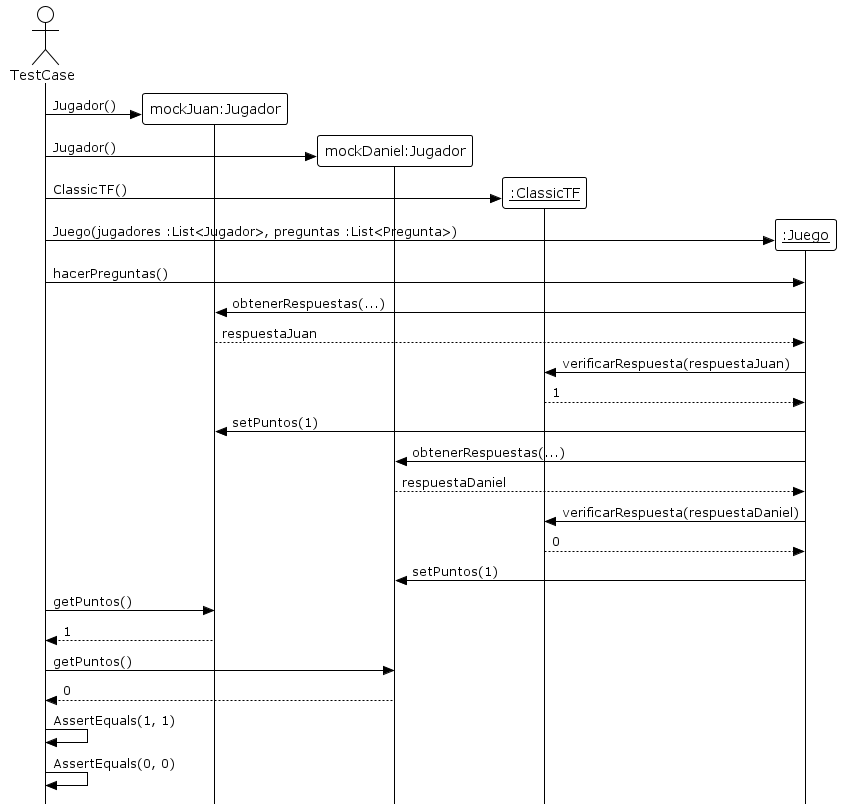
Earlier version of the PlantUML export diagrams/sequences/secuencia_test01.png (lautiland/TP2-ALGO3-ALGOHOOT).
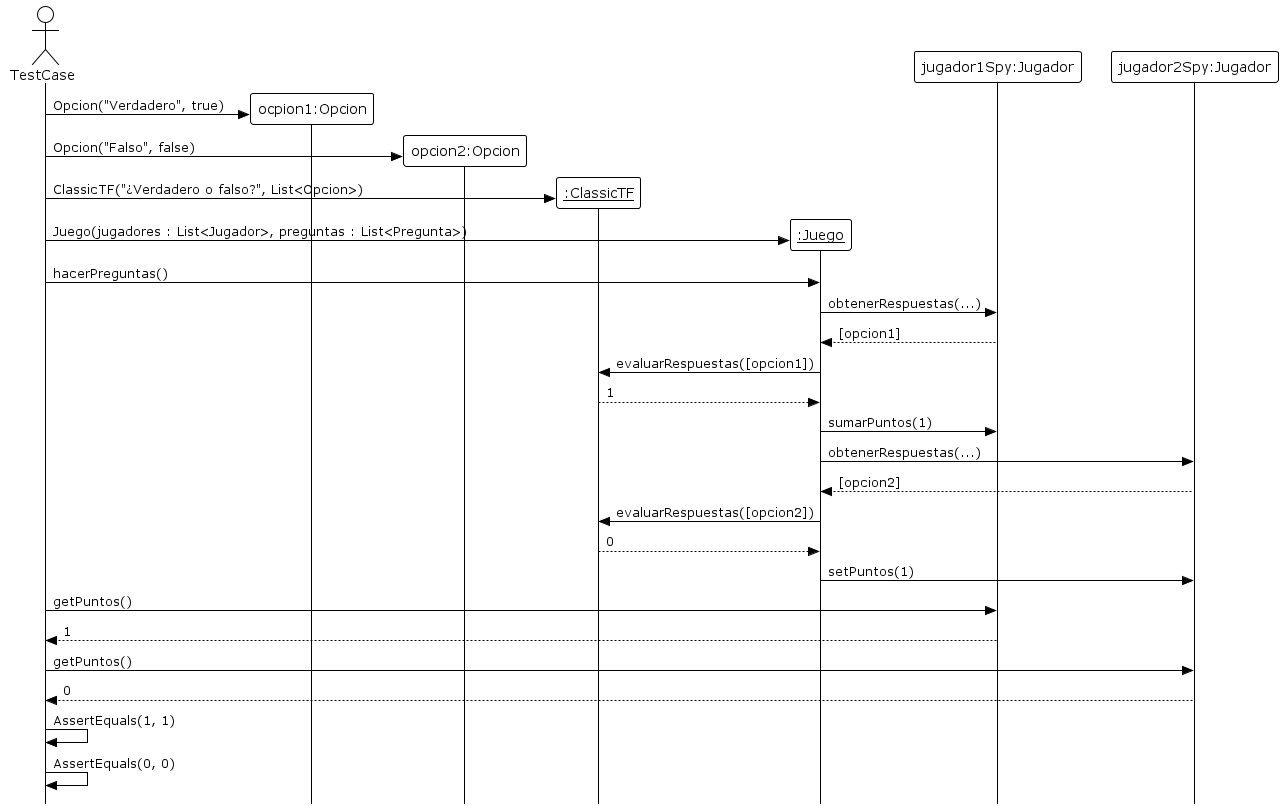
After the commit.

Commit message:
actualizo diagramas

What changed in the source:
```diff
@@ -5,33 +5,37 @@
 
 Actor TestCase
 
-create "mockJuan:Jugador"
-TestCase -> "mockJuan:Jugador" : Jugador()
-create "mockDaniel:Jugador"
-TestCase -> "mockDaniel:Jugador" : Jugador()
+create "ocpion1:Opcion"
+TestCase -> "ocpion1:Opcion" : Opcion("Verdadero", true)
+
+create "opcion2:Opcion"
+TestCase -> "opcion2:Opcion" : Opcion("Falso", false)
+
 create "__:ClassicTF__"
-TestCase -> "__:ClassicTF__" : ClassicTF()
+TestCase -> "__:ClassicTF__" : ClassicTF("¿Verdadero o falso?", List<Opcion>)
+
 create "__:Juego__"
-TestCase -> "__:Juego__" : Juego(jugadores :List<Jugador>, preguntas :List<Pregunta>)
+TestCase -> "__:Juego__" : Juego(jugadores : List<Jugador>, preguntas : List<Pregunta>)
 
 TestCase -> "__:Juego__" : hacerPreguntas()
 
-"__:Juego__" -> "mockJuan:Jugador" : obtenerRespuestas(...)
-"__:Juego__" <-- "mockJuan:Jugador" : respuestaJuan
-"__:Juego__" -> "__:ClassicTF__" : verificarRespuesta(respuestaJuan)
+"__:Juego__" -> "jugador1Spy:Jugador" : obtenerRespuestas(...)
+"__:Juego__" <-- "jugador1Spy:Jugador" : [opcion1]
+"__:Juego__" -> "__:ClassicTF__" : evaluarRespuestas([opcion1])
 "__:Juego__" <-- "__:ClassicTF__" : 1
-"__:Juego__" -> "mockJuan:Jugador" : setPuntos(1)
+"__:Juego__" -> "jugador1Spy:Jugador" : sumarPuntos(1)
 
-"__:Juego__" -> "mockDaniel:Jugador" : obtenerRespuestas(...)
-"__:Juego__" <-- "mockDaniel:Jugador" : respuestaDaniel
-"__:Juego__" -> "__:ClassicTF__" : verificarRespuesta(respuestaDaniel)
+"__:Juego__" -> "jugador2Spy:Jugador" : obtenerRespuestas(...)
+"__:Juego__" <-- "jugador2Spy:Jugador" : [opcion2]
+"__:Juego__" -> "__:ClassicTF__" : evaluarRespuestas([opcion2])
 "__:Juego__" <-- "__:ClassicTF__" : 0
-"__:Juego__" -> "mockDaniel:Jugador" : setPuntos(1)
+"__:Juego__" -> "jugador2Spy:Jugador" : setPuntos(1)
 
-TestCase -> "mockJuan:Jugador": getPuntos()
-TestCase <-- "mockJuan:Jugador": 1
-TestCase -> "mockDaniel:Jugador": getPuntos()
-TestCase <-- "mockDaniel:Jugador": 0
+TestCase -> "jugador1Spy:Jugador": getPuntos()
+TestCase <-- "jugador1Spy:Jugador": 1
+
+TestCase -> "jugador2Spy:Jugador": getPuntos()
+TestCase <-- "jugador2Spy:Jugador": 0
 
 TestCase -> TestCase : AssertEquals(1, 1)
 TestCase -> TestCase : AssertEquals(0, 0)
```
